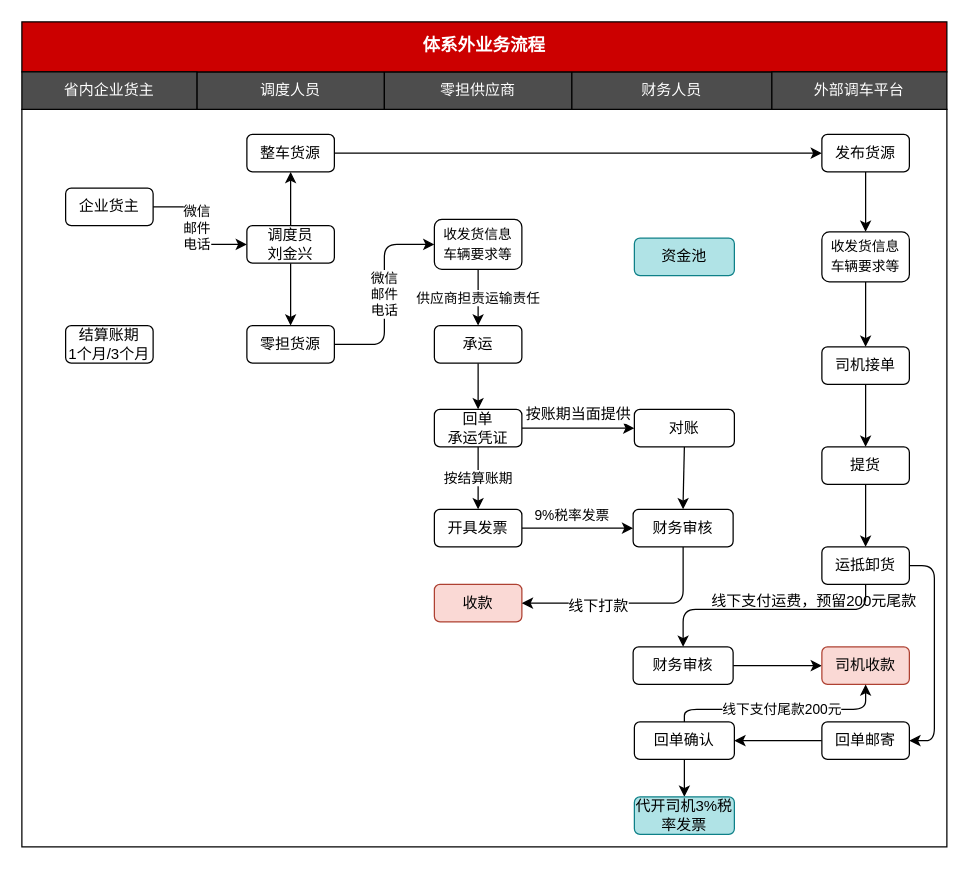
Before: 体系外业务流程.drawio in chenyibang/rdpwrap, a draw.io diagram. Source tidied: cells renumbered, new cells numbered last; positions are measured from the earlier drawing's top-left corner, leaving out a move shared by most shapes. Both pictures are drawn from the tidied source at 125%, with x=0, y=0 at pixel (21, 21).
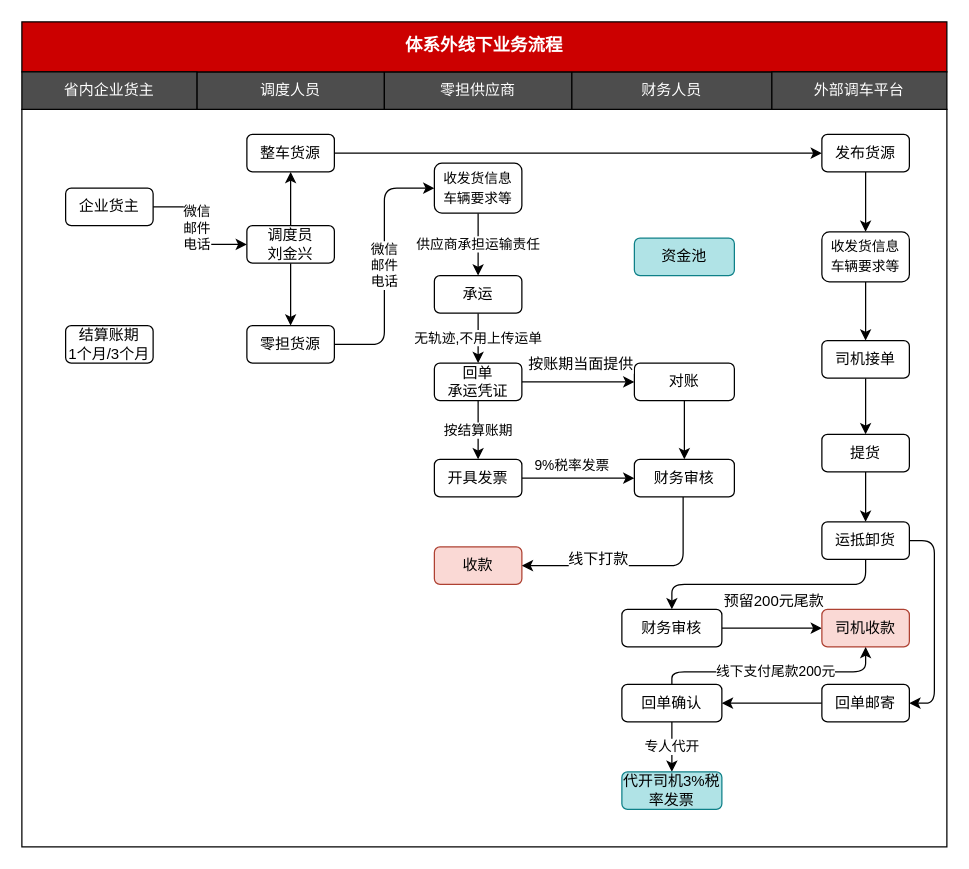
After the change.

Commit message (it also covers changes not shown here):
更新体系外业务流程.drawio

What changed in the source:
```diff
@@
-    <mxCell id="6" value="体系外业务流程" style="rounded=0;whiteSpace=wrap;html=1;fillColor=#CC0000;fontColor=#FFFFFF;fontSize=14;fontStyle=1;fontFamily=Courier New;" parent="1" vertex="1">
+    <mxCell id="6" value="体系外线下业务流程" style="rounded=0;whiteSpace=wrap;html=1;fillColor=#CC0000;fontColor=#FFFFFF;fontSize=14;fontStyle=1;fontFamily=Courier New;" parent="1" vertex="1">
       <mxGeometry width="740" height="40" as="geometry" />
     </mxCell>
@@
+    <mxCell id="16" value="按结算账期" style="edgeStyle=orthogonalEdgeStyle;rounded=1;comic=0;jumpStyle=gap;jumpSize=6;jettySize=auto;html=1;shadow=0;" parent="1" edge="1" source="17" target="20">
+      <mxGeometry relative="1" as="geometry" />
+    </mxCell>
-    <mxCell id="15" style="edgeStyle=orthogonalEdgeStyle;rounded=1;jettySize=auto;html=1;entryX=0;entryY=0.5;entryDx=0;entryDy=0;jumpStyle=gap;jumpSize=6;shadow=0;comic=0;fillColor=#a20025;strokeColor=#000000;" parent="1" edge="1" source="17" target="26">
-      <mxGeometry relative="1" as="geometry">
-        <Array as="points">
-          <mxPoint x="450" y="325" />
-          <mxPoint x="450" y="325" />
-        </Array>
-      </mxGeometry>
+    <mxCell id="15" style="edgeStyle=orthogonalEdgeStyle;rounded=1;comic=0;jumpStyle=gap;jumpSize=6;jettySize=auto;html=1;entryX=0;entryY=0.5;entryDx=0;entryDy=0;shadow=0;startArrow=none;startFill=0;strokeColor=#000000;" parent="1" edge="1" source="17" target="26">
+      <mxGeometry relative="1" as="geometry" />
     </mxCell>
-    <mxCell id="16" value="按结算账期" style="edgeStyle=orthogonalEdgeStyle;rounded=1;comic=0;jumpStyle=gap;jumpSize=6;jettySize=auto;html=1;shadow=0;" parent="1" edge="1" source="17" target="20">
-      <mxGeometry relative="1" as="geometry" />
-    </mxCell>
     <mxCell id="17" value="回单&lt;br&gt;承运凭证" style="rounded=1;whiteSpace=wrap;html=1;" parent="1" vertex="1">
-      <mxGeometry x="330" y="310" width="70" height="30" as="geometry" />
+      <mxGeometry x="330" y="273" width="70" height="30" as="geometry" />
     </mxCell>
     <mxCell id="18" style="edgeStyle=orthogonalEdgeStyle;rounded=1;comic=0;jumpStyle=gap;jumpSize=6;jettySize=auto;html=1;shadow=0;" parent="1" edge="1" source="20" target="39">
       <mxGeometry relative="1" as="geometry">
         <Array as="points">
-          <mxPoint x="440" y="405" />
-          <mxPoint x="440" y="405" />
+          <mxPoint x="420" y="365" />
+          <mxPoint x="420" y="365" />
         </Array>
       </mxGeometry>
     </mxCell>
@@
     <mxCell id="20" value="开具发票" style="rounded=1;whiteSpace=wrap;html=1;" parent="1" vertex="1">
-      <mxGeometry x="330" y="390" width="70" height="30" as="geometry" />
+      <mxGeometry x="330" y="350" width="70" height="30" as="geometry" />
     </mxCell>
@@
     <mxCell id="26" value="对账" style="rounded=1;whiteSpace=wrap;html=1;" parent="1" vertex="1">
-      <mxGeometry x="490" y="310" width="80" height="30" as="geometry" />
+      <mxGeometry x="490" y="273" width="80" height="30" as="geometry" />
     </mxCell>
@@
-    <mxCell id="28" style="edgeStyle=orthogonalEdgeStyle;rounded=1;jettySize=auto;html=1;entryX=0.5;entryY=0;entryDx=0;entryDy=0;" parent="1" edge="1" source="29" target="17">
+    <mxCell id="28" value="无轨迹,不用上传运单" style="edgeStyle=orthogonalEdgeStyle;rounded=1;jettySize=auto;html=1;entryX=0.5;entryY=0;entryDx=0;entryDy=0;" parent="1" edge="1" source="29" target="17">
       <mxGeometry relative="1" as="geometry" />
     </mxCell>
     <mxCell id="29" value="承运" style="rounded=1;whiteSpace=wrap;html=1;" parent="1" vertex="1">
-      <mxGeometry x="330" y="243" width="70" height="30" as="geometry" />
+      <mxGeometry x="330" y="203" width="70" height="30" as="geometry" />
     </mxCell>
@@
     <mxCell id="31" value="司机接单" style="rounded=1;whiteSpace=wrap;html=1;" parent="1" vertex="1">
-      <mxGeometry x="640" y="260" width="70" height="30" as="geometry" />
+      <mxGeometry x="640" y="255" width="70" height="30" as="geometry" />
     </mxCell>
@@
     <mxCell id="33" value="提货" style="rounded=1;whiteSpace=wrap;html=1;" parent="1" vertex="1">
-      <mxGeometry x="640" y="340" width="70" height="30" as="geometry" />
+      <mxGeometry x="640" y="330" width="70" height="30" as="geometry" />
     </mxCell>
+    <mxCell id="35" style="edgeStyle=orthogonalEdgeStyle;rounded=1;comic=0;jumpStyle=gap;jumpSize=6;jettySize=auto;html=1;entryX=1;entryY=0.5;entryDx=0;entryDy=0;shadow=0;startArrow=none;startFill=0;strokeColor=#000000;" parent="1" edge="1" source="36" target="49">
+      <mxGeometry relative="1" as="geometry">
+        <Array as="points">
+          <mxPoint x="730" y="415" />
+          <mxPoint x="730" y="545" />
+        </Array>
+      </mxGeometry>
+    </mxCell>
-    <mxCell id="34" style="edgeStyle=orthogonalEdgeStyle;rounded=1;comic=0;jumpStyle=gap;jumpSize=6;jettySize=auto;html=1;entryX=0.5;entryY=0;entryDx=0;entryDy=0;shadow=0;strokeColor=#000000;" parent="1" edge="1" source="36" target="46">
+    <mxCell id="34" style="edgeStyle=orthogonalEdgeStyle;rounded=1;comic=0;jumpStyle=gap;jumpSize=6;jettySize=auto;html=1;entryX=0.5;entryY=0;entryDx=0;entryDy=0;shadow=0;startArrow=none;startFill=0;strokeColor=#000000;" parent="1" edge="1" source="36" target="46">
       <mxGeometry relative="1" as="geometry">
         <Array as="points">
-          <mxPoint x="675" y="470" />
-          <mxPoint x="529" y="470" />
+          <mxPoint x="675" y="450" />
+          <mxPoint x="520" y="450" />
         </Array>
       </mxGeometry>
     </mxCell>
-    <mxCell id="35" style="edgeStyle=orthogonalEdgeStyle;rounded=1;comic=0;jumpStyle=gap;jumpSize=6;jettySize=auto;html=1;entryX=1;entryY=0.5;entryDx=0;entryDy=0;shadow=0;startArrow=none;startFill=0;strokeColor=#000000;" parent="1" edge="1" source="36" target="49">
-      <mxGeometry relative="1" as="geometry">
-        <Array as="points">
-          <mxPoint x="730" y="435" />
-          <mxPoint x="730" y="575" />
-        </Array>
-      </mxGeometry>
-    </mxCell>
     <mxCell id="36" value="运抵卸货" style="rounded=1;whiteSpace=wrap;html=1;" parent="1" vertex="1">
-      <mxGeometry x="640" y="420" width="70" height="30" as="geometry" />
+      <mxGeometry x="640" y="400" width="70" height="30" as="geometry" />
     </mxCell>
@@
     <mxCell id="38" value="收款" style="rounded=1;whiteSpace=wrap;html=1;fillColor=#fad9d5;strokeColor=#ae4132;" parent="1" vertex="1">
-      <mxGeometry x="330" y="450" width="70" height="30" as="geometry" />
+      <mxGeometry x="330" y="420" width="70" height="30" as="geometry" />
     </mxCell>
     <mxCell id="39" value="财务审核" style="rounded=1;whiteSpace=wrap;html=1;" parent="1" vertex="1">
-      <mxGeometry x="489" y="390" width="80" height="30" as="geometry" />
+      <mxGeometry x="490" y="350" width="80" height="30" as="geometry" />
     </mxCell>
@@
-    <mxCell id="43" value="供应商担责运输责任" style="edgeStyle=orthogonalEdgeStyle;rounded=1;comic=0;jumpStyle=gap;jumpSize=6;jettySize=auto;html=1;entryX=0.5;entryY=0;entryDx=0;entryDy=0;shadow=0;strokeColor=#000000;" parent="1" edge="1" source="44" target="29">
+    <mxCell id="43" value="供应商承担运输责任" style="edgeStyle=orthogonalEdgeStyle;rounded=1;comic=0;jumpStyle=gap;jumpSize=6;jettySize=auto;html=1;entryX=0.5;entryY=0;entryDx=0;entryDy=0;shadow=0;strokeColor=#000000;" parent="1" edge="1" source="44" target="29">
       <mxGeometry relative="1" as="geometry" />
     </mxCell>
     <mxCell id="44" value="&lt;span style=&quot;font-size: 11px ; font-family: &amp;#34;courier new&amp;#34; ; background-color: rgb(255 , 255 , 255)&quot;&gt;收发货信息&lt;/span&gt;&lt;br style=&quot;font-size: 11px ; font-family: &amp;#34;courier new&amp;#34; ; background-color: rgb(255 , 255 , 255)&quot;&gt;&lt;span style=&quot;font-size: 11px ; font-family: &amp;#34;courier new&amp;#34; ; background-color: rgb(255 , 255 , 255)&quot;&gt;车辆要求等&lt;/span&gt;" style="rounded=1;whiteSpace=wrap;html=1;" parent="1" vertex="1">
-      <mxGeometry x="330" y="158" width="70" height="40" as="geometry" />
+      <mxGeometry x="330" y="113" width="70" height="40" as="geometry" />
     </mxCell>
@@
     <mxCell id="46" value="财务审核" style="rounded=1;whiteSpace=wrap;html=1;" parent="1" vertex="1">
-      <mxGeometry x="489" y="500" width="80" height="30" as="geometry" />
+      <mxGeometry x="480" y="470" width="80" height="30" as="geometry" />
     </mxCell>
     <mxCell id="47" value="司机收款" style="rounded=1;whiteSpace=wrap;html=1;fillColor=#fad9d5;strokeColor=#ae4132;" parent="1" vertex="1">
-      <mxGeometry x="640" y="500" width="70" height="30" as="geometry" />
+      <mxGeometry x="640" y="470" width="70" height="30" as="geometry" />
     </mxCell>
@@
     <mxCell id="49" value="回单邮寄" style="rounded=1;whiteSpace=wrap;html=1;" parent="1" vertex="1">
-      <mxGeometry x="640" y="560" width="70" height="30" as="geometry" />
+      <mxGeometry x="640" y="530" width="70" height="30" as="geometry" />
     </mxCell>
-    <mxCell id="50" value="线下支付运费，预留200元尾款" style="text;html=1;" parent="1" vertex="1">
-      <mxGeometry x="550" y="450" width="100" height="30" as="geometry" />
-    </mxCell>
     <mxCell id="51" value="按账期当面提供" style="text;html=1;align=center;verticalAlign=middle;labelBackgroundColor=#ffffff;" parent="1" vertex="1">
-      <mxGeometry x="442" y="340" as="geometry">
+      <mxGeometry x="444" y="300" as="geometry">
         <mxPoint x="2" y="-27" as="offset" />
       </mxGeometry>
     </mxCell>
     <mxCell id="52" style="edgeStyle=orthogonalEdgeStyle;rounded=1;comic=0;jumpStyle=gap;jumpSize=6;jettySize=auto;html=1;entryX=1;entryY=0.5;entryDx=0;entryDy=0;shadow=0;" parent="1" edge="1" source="39" target="38">
       <mxGeometry relative="1" as="geometry">
         <Array as="points">
-          <mxPoint x="529" y="465" />
+          <mxPoint x="529" y="435" />
         </Array>
       </mxGeometry>
     </mxCell>
@@
     <mxCell id="54" value="线下支付尾款200元" style="edgeStyle=orthogonalEdgeStyle;rounded=1;comic=0;jumpStyle=gap;jumpSize=6;jettySize=auto;html=1;entryX=0.5;entryY=1;entryDx=0;entryDy=0;shadow=0;startArrow=none;startFill=0;strokeColor=#000000;" parent="1" edge="1" source="56" target="47">
       <mxGeometry relative="1" as="geometry">
         <Array as="points">
-          <mxPoint x="530" y="550" />
-          <mxPoint x="675" y="550" />
+          <mxPoint x="520" y="520" />
+          <mxPoint x="675" y="520" />
         </Array>
       </mxGeometry>
     </mxCell>
-    <mxCell id="55" style="edgeStyle=orthogonalEdgeStyle;rounded=1;comic=0;jumpStyle=gap;jumpSize=6;jettySize=auto;html=1;shadow=0;startArrow=none;startFill=0;strokeColor=#000000;" parent="1" edge="1" source="56" target="57">
+    <mxCell id="55" value="专人代开" style="edgeStyle=orthogonalEdgeStyle;rounded=1;comic=0;jumpStyle=gap;jumpSize=6;jettySize=auto;html=1;shadow=0;startArrow=none;startFill=0;strokeColor=#000000;" parent="1" edge="1" source="56" target="57">
       <mxGeometry relative="1" as="geometry" />
     </mxCell>
     <mxCell id="56" value="回单确认" style="rounded=1;whiteSpace=wrap;html=1;" parent="1" vertex="1">
-      <mxGeometry x="490" y="560" width="80" height="30" as="geometry" />
+      <mxGeometry x="480" y="530" width="80" height="30" as="geometry" />
     </mxCell>
     <mxCell id="57" value="代开司机3%税率发票" style="rounded=1;whiteSpace=wrap;html=1;fillColor=#b0e3e6;strokeColor=#0e8088;" parent="1" vertex="1">
-      <mxGeometry x="490" y="620" width="80" height="30" as="geometry" />
+      <mxGeometry x="480" y="600" width="80" height="30" as="geometry" />
     </mxCell>
+    <mxCell id="58" value="预留200元尾款" style="text;html=1;" parent="1" vertex="1">
+      <mxGeometry x="560" y="450" width="110" height="30" as="geometry" />
+    </mxCell>
```
